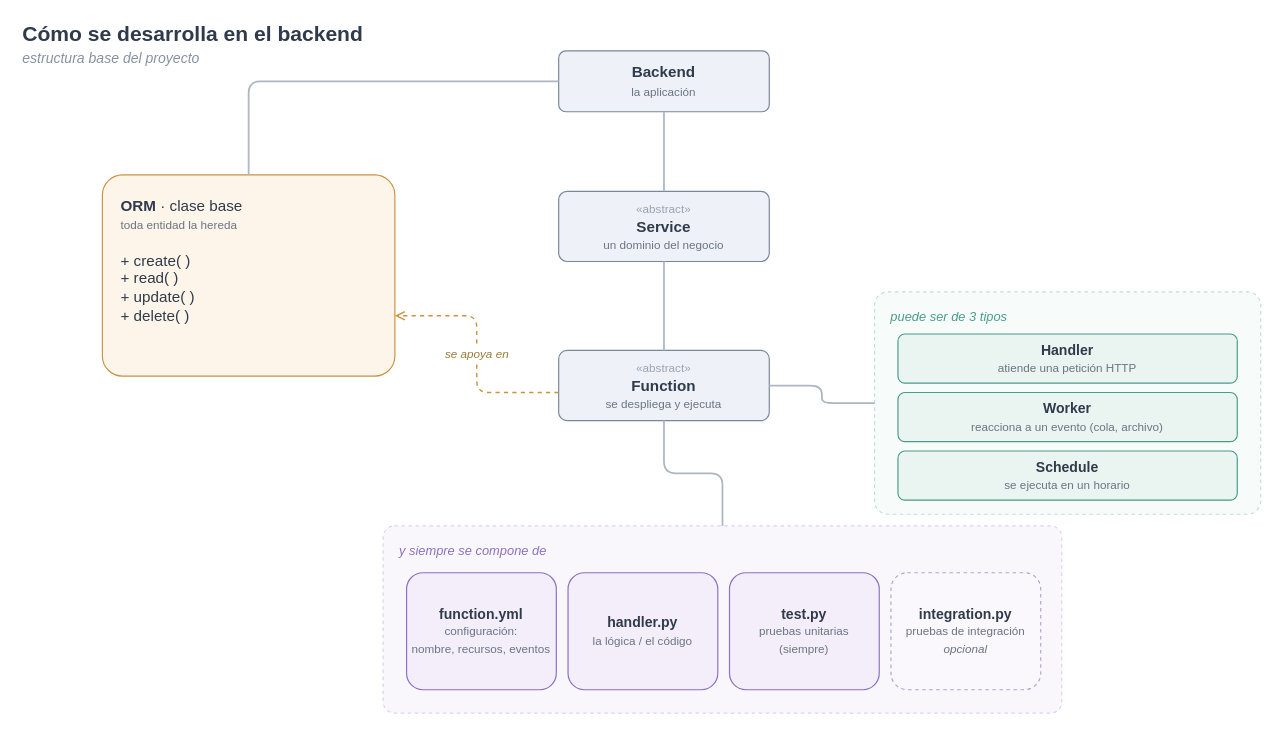
This is docs/arquitectura-desarrollo.drawio from salo368/Software-Inge-backend, a draw.io file, before an edit. Source tidied: cells renumbered, new cells numbered last; positions are measured from the earlier drawing's top-left corner, leaving out a move shared by most shapes. Both pictures are drawn from the tidied source at 117%, with x=0, y=0 at pixel (20, 20).
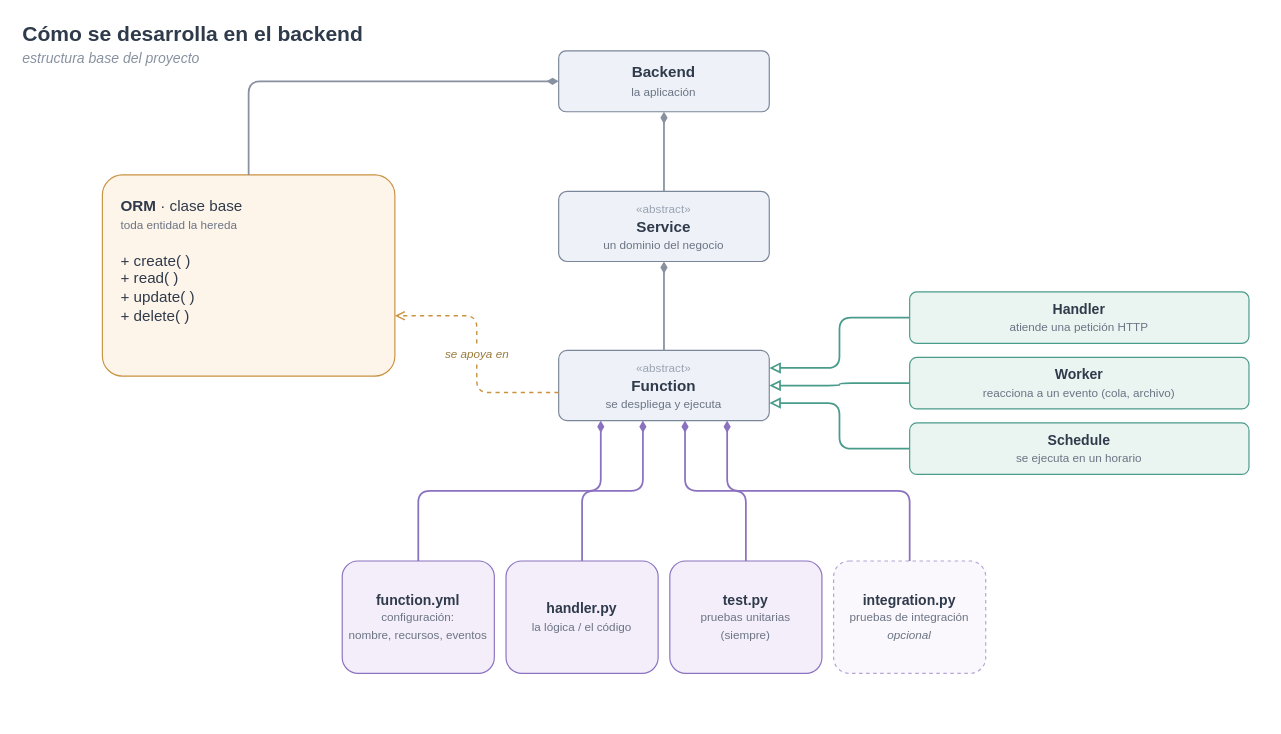
After the change.

Commit message:
docs: replace diagram groupings with relationship arrows

Remove the grouping frames; connect each Function kind to Function with
an inheritance arrow and each component with its own composition arrow.

Claude-Session: https://claude.ai/code/session_01N8H6rtRj8trqSijCoNjMHm

The change refers to these unchanged cells:
```xml
<mxCell id="6" value="&lt;b&gt;Backend&lt;/b&gt;&lt;br&gt;&lt;span style='font-size:10px;color:#6b7483'&gt;la aplicación&lt;/span&gt;" style="rounded=1;arcSize=12;whiteSpace=wrap;html=1;fillColor=#eef2f8;strokeColor=#7a8699;fontColor=#2f3a4a;fontSize=13;verticalAlign=middle;" parent="1" vertex="1">
  <mxGeometry x="460" y="26" width="180" height="52" as="geometry" />
</mxCell>
<mxCell id="7" value="&lt;b&gt;ORM&lt;/b&gt;  ·  clase base&lt;br&gt;&lt;span style='font-size:10px;color:#6b7483'&gt;toda entidad la hereda&lt;/span&gt;&lt;br&gt;&lt;br&gt;+ create( )&lt;br&gt;+ read( )&lt;br&gt;+ update( )&lt;br&gt;+ delete( )" style="rounded=1;arcSize=10;whiteSpace=wrap;html=1;fillColor=#fdf4ea;strokeColor=#c9923f;fontColor=#2f3a4a;fontSize=13;align=left;verticalAlign=top;spacingLeft=14;spacingTop=12;" parent="1" vertex="1">
  <mxGeometry x="70" y="132" width="250" height="172" as="geometry" />
</mxCell>
<mxCell id="8" value="&lt;span style='font-size:10px;color:#9aa3b2'&gt;«abstract»&lt;/span&gt;&lt;br&gt;&lt;b&gt;Service&lt;/b&gt;&lt;br&gt;&lt;span style='font-size:10px;color:#6b7483'&gt;un dominio del negocio&lt;/span&gt;" style="rounded=1;arcSize=12;whiteSpace=wrap;html=1;fillColor=#eef2f8;strokeColor=#7a8699;fontColor=#2f3a4a;fontSize=13;verticalAlign=middle;" parent="1" vertex="1">
  <mxGeometry x="460" y="146" width="180" height="60" as="geometry" />
</mxCell>
<mxCell id="9" value="&lt;span style='font-size:10px;color:#9aa3b2'&gt;«abstract»&lt;/span&gt;&lt;br&gt;&lt;b&gt;Function&lt;/b&gt;&lt;br&gt;&lt;span style='font-size:10px;color:#6b7483'&gt;se despliega y ejecuta&lt;/span&gt;" style="rounded=1;arcSize=12;whiteSpace=wrap;html=1;fillColor=#eef2f8;strokeColor=#7a8699;fontColor=#2f3a4a;fontSize=13;verticalAlign=middle;" parent="1" vertex="1">
  <mxGeometry x="460" y="282" width="180" height="60" as="geometry" />
</mxCell>
```

Diff of the diagram source:
```diff
@@
-    <mxCell id="4" value="puede ser de 3 tipos" style="rounded=1;arcSize=6;html=1;fillColor=#f7fbfa;strokeColor=#bfe0d8;dashed=1;verticalAlign=top;align=left;spacingLeft=12;spacingTop=8;fontSize=11;fontStyle=2;fontColor=#4a9c8a;" parent="1" vertex="1">
-      <mxGeometry x="730" y="232" width="330" height="190" as="geometry" />
-    </mxCell>
-    <mxCell id="5" value="y siempre se compone de" style="rounded=1;arcSize=6;html=1;fillColor=#f9f7fc;strokeColor=#ddd2ee;dashed=1;verticalAlign=top;align=left;spacingLeft=12;spacingTop=8;fontSize=11;fontStyle=2;fontColor=#8a72c0;" parent="1" vertex="1">
-      <mxGeometry x="310" y="432" width="580" height="160" as="geometry" />
-    </mxCell>
@@
     <mxCell id="10" value="&lt;b&gt;Handler&lt;/b&gt;&lt;br&gt;&lt;span style='font-size:10px;color:#6b7483'&gt;atiende una petición HTTP&lt;/span&gt;" style="rounded=1;arcSize=14;whiteSpace=wrap;html=1;fillColor=#eaf4f1;strokeColor=#4a9c8a;fontColor=#2f3a4a;fontSize=12;verticalAlign=middle;" parent="1" vertex="1">
-      <mxGeometry x="750" y="268" width="290" height="42" as="geometry" />
+      <mxGeometry x="760" y="232" width="290" height="44" as="geometry" />
     </mxCell>
     <mxCell id="11" value="&lt;b&gt;Worker&lt;/b&gt;&lt;br&gt;&lt;span style='font-size:10px;color:#6b7483'&gt;reacciona a un evento (cola, archivo)&lt;/span&gt;" style="rounded=1;arcSize=14;whiteSpace=wrap;html=1;fillColor=#eaf4f1;strokeColor=#4a9c8a;fontColor=#2f3a4a;fontSize=12;verticalAlign=middle;" parent="1" vertex="1">
-      <mxGeometry x="750" y="318" width="290" height="42" as="geometry" />
+      <mxGeometry x="760" y="288" width="290" height="44" as="geometry" />
     </mxCell>
     <mxCell id="12" value="&lt;b&gt;Schedule&lt;/b&gt;&lt;br&gt;&lt;span style='font-size:10px;color:#6b7483'&gt;se ejecuta en un horario&lt;/span&gt;" style="rounded=1;arcSize=14;whiteSpace=wrap;html=1;fillColor=#eaf4f1;strokeColor=#4a9c8a;fontColor=#2f3a4a;fontSize=12;verticalAlign=middle;" parent="1" vertex="1">
-      <mxGeometry x="750" y="368" width="290" height="42" as="geometry" />
+      <mxGeometry x="760" y="344" width="290" height="44" as="geometry" />
     </mxCell>
     <mxCell id="13" value="&lt;b&gt;function.yml&lt;/b&gt;&lt;br&gt;&lt;span style='font-size:10px;color:#6b7483'&gt;configuración:&lt;br&gt;nombre, recursos, eventos&lt;/span&gt;" style="rounded=1;arcSize=14;whiteSpace=wrap;html=1;fillColor=#f4eefb;strokeColor=#8a72c0;fontColor=#2f3a4a;fontSize=12;verticalAlign=middle;" parent="1" vertex="1">
-      <mxGeometry x="330" y="472" width="128" height="100" as="geometry" />
+      <mxGeometry x="275" y="462" width="130" height="96" as="geometry" />
     </mxCell>
     <mxCell id="14" value="&lt;b&gt;handler.py&lt;/b&gt;&lt;br&gt;&lt;span style='font-size:10px;color:#6b7483'&gt;la lógica / el código&lt;/span&gt;" style="rounded=1;arcSize=14;whiteSpace=wrap;html=1;fillColor=#f4eefb;strokeColor=#8a72c0;fontColor=#2f3a4a;fontSize=12;verticalAlign=middle;" parent="1" vertex="1">
-      <mxGeometry x="468" y="472" width="128" height="100" as="geometry" />
+      <mxGeometry x="415" y="462" width="130" height="96" as="geometry" />
     </mxCell>
     <mxCell id="15" value="&lt;b&gt;test.py&lt;/b&gt;&lt;br&gt;&lt;span style='font-size:10px;color:#6b7483'&gt;pruebas unitarias&lt;br&gt;(siempre)&lt;/span&gt;" style="rounded=1;arcSize=14;whiteSpace=wrap;html=1;fillColor=#f4eefb;strokeColor=#8a72c0;fontColor=#2f3a4a;fontSize=12;verticalAlign=middle;" parent="1" vertex="1">
-      <mxGeometry x="606" y="472" width="128" height="100" as="geometry" />
+      <mxGeometry x="555" y="462" width="130" height="96" as="geometry" />
     </mxCell>
     <mxCell id="16" value="&lt;b&gt;integration.py&lt;/b&gt;&lt;br&gt;&lt;span style='font-size:10px;color:#6b7483'&gt;pruebas de integración&lt;br&gt;&lt;i&gt;opcional&lt;/i&gt;&lt;/span&gt;" style="rounded=1;arcSize=14;whiteSpace=wrap;html=1;dashed=1;fillColor=#faf7fd;strokeColor=#b4a3d6;fontColor=#2f3a4a;fontSize=12;verticalAlign=middle;" parent="1" vertex="1">
-      <mxGeometry x="744" y="472" width="128" height="100" as="geometry" />
+      <mxGeometry x="695" y="462" width="130" height="96" as="geometry" />
     </mxCell>
-    <mxCell id="17" style="edgeStyle=orthogonalEdgeStyle;rounded=1;endArrow=none;html=1;strokeColor=#aeb6c2;strokeWidth=1.5;exitX=0.5;exitY=1;entryX=0.5;entryY=0;" parent="1" edge="1" source="6" target="8">
+    <mxCell id="17" style="edgeStyle=orthogonalEdgeStyle;rounded=1;html=1;startArrow=diamondThin;startFill=1;endArrow=none;strokeColor=#8891a0;strokeWidth=1.5;exitX=0.5;exitY=1;entryX=0.5;entryY=0;" parent="1" edge="1" source="6" target="8">
       <mxGeometry relative="1" as="geometry" />
     </mxCell>
-    <mxCell id="18" style="edgeStyle=orthogonalEdgeStyle;rounded=1;endArrow=none;html=1;strokeColor=#aeb6c2;strokeWidth=1.5;exitX=0.5;exitY=1;entryX=0.5;entryY=0;" parent="1" edge="1" source="8" target="9">
+    <mxCell id="18" style="edgeStyle=orthogonalEdgeStyle;rounded=1;html=1;startArrow=diamondThin;startFill=1;endArrow=none;strokeColor=#8891a0;strokeWidth=1.5;exitX=0.5;exitY=1;entryX=0.5;entryY=0;" parent="1" edge="1" source="8" target="9">
       <mxGeometry relative="1" as="geometry" />
     </mxCell>
-    <mxCell id="19" style="edgeStyle=orthogonalEdgeStyle;rounded=1;endArrow=none;html=1;strokeColor=#aeb6c2;strokeWidth=1.5;exitX=0;exitY=0.5;entryX=0.5;entryY=0;" parent="1" edge="1" source="6" target="7">
+    <mxCell id="19" style="edgeStyle=orthogonalEdgeStyle;rounded=1;html=1;startArrow=diamondThin;startFill=1;endArrow=none;strokeColor=#8891a0;strokeWidth=1.5;exitX=0;exitY=0.5;entryX=0.5;entryY=0;" parent="1" edge="1" source="6" target="7">
       <mxGeometry relative="1" as="geometry" />
     </mxCell>
-    <mxCell id="20" style="edgeStyle=orthogonalEdgeStyle;rounded=1;endArrow=none;html=1;strokeColor=#aeb6c2;strokeWidth=1.5;exitX=1;exitY=0.5;entryX=0;entryY=0.5;" parent="1" edge="1" source="9" target="4">
+    <mxCell id="20" style="edgeStyle=orthogonalEdgeStyle;rounded=1;html=1;endArrow=block;endFill=0;startArrow=none;strokeColor=#4a9c8a;strokeWidth=1.5;exitX=0;exitY=0.5;entryX=1;entryY=0.25;" parent="1" edge="1" source="10" target="9">
       <mxGeometry relative="1" as="geometry" />
     </mxCell>
-    <mxCell id="21" style="edgeStyle=orthogonalEdgeStyle;rounded=1;endArrow=none;html=1;strokeColor=#aeb6c2;strokeWidth=1.5;exitX=0.5;exitY=1;entryX=0.5;entryY=0;" parent="1" edge="1" source="9" target="5">
+    <mxCell id="21" style="edgeStyle=orthogonalEdgeStyle;rounded=1;html=1;endArrow=block;endFill=0;startArrow=none;strokeColor=#4a9c8a;strokeWidth=1.5;exitX=0;exitY=0.5;entryX=1;entryY=0.5;" parent="1" edge="1" source="11" target="9">
       <mxGeometry relative="1" as="geometry" />
     </mxCell>
-    <mxCell id="22" value="se apoya en" style="edgeStyle=orthogonalEdgeStyle;rounded=1;endArrow=open;html=1;dashed=1;strokeColor=#c9923f;strokeWidth=1.2;fontSize=10;fontColor=#9a7a3a;fontStyle=2;exitX=0;exitY=0.6;entryX=1;entryY=0.7;" parent="1" edge="1" source="9" target="7">
+    <mxCell id="22" style="edgeStyle=orthogonalEdgeStyle;rounded=1;html=1;endArrow=block;endFill=0;startArrow=none;strokeColor=#4a9c8a;strokeWidth=1.5;exitX=0;exitY=0.5;entryX=1;entryY=0.75;" parent="1" edge="1" source="12" target="9">
       <mxGeometry relative="1" as="geometry" />
     </mxCell>
+    <mxCell id="23" style="edgeStyle=orthogonalEdgeStyle;rounded=1;html=1;startArrow=diamondThin;startFill=1;endArrow=none;strokeColor=#8a72c0;strokeWidth=1.5;exitX=0.2;exitY=1;entryX=0.5;entryY=0;" parent="1" edge="1" source="9" target="13">
+      <mxGeometry relative="1" as="geometry" />
+    </mxCell>
+    <mxCell id="24" style="edgeStyle=orthogonalEdgeStyle;rounded=1;html=1;startArrow=diamondThin;startFill=1;endArrow=none;strokeColor=#8a72c0;strokeWidth=1.5;exitX=0.4;exitY=1;entryX=0.5;entryY=0;" parent="1" edge="1" source="9" target="14">
+      <mxGeometry relative="1" as="geometry" />
+    </mxCell>
+    <mxCell id="25" style="edgeStyle=orthogonalEdgeStyle;rounded=1;html=1;startArrow=diamondThin;startFill=1;endArrow=none;strokeColor=#8a72c0;strokeWidth=1.5;exitX=0.6;exitY=1;entryX=0.5;entryY=0;" parent="1" edge="1" source="9" target="15">
+      <mxGeometry relative="1" as="geometry" />
+    </mxCell>
+    <mxCell id="26" style="edgeStyle=orthogonalEdgeStyle;rounded=1;html=1;startArrow=diamondThin;startFill=1;endArrow=none;strokeColor=#8a72c0;strokeWidth=1.5;exitX=0.8;exitY=1;entryX=0.5;entryY=0;" parent="1" edge="1" source="9" target="16">
+      <mxGeometry relative="1" as="geometry" />
+    </mxCell>
+    <mxCell id="27" value="se apoya en" style="edgeStyle=orthogonalEdgeStyle;rounded=1;html=1;endArrow=open;startArrow=none;dashed=1;strokeColor=#c9923f;strokeWidth=1.2;fontSize=10;fontColor=#9a7a3a;fontStyle=2;exitX=0;exitY=0.6;entryX=1;entryY=0.7;" parent="1" edge="1" source="9" target="7">
+      <mxGeometry relative="1" as="geometry" />
+    </mxCell>
```
